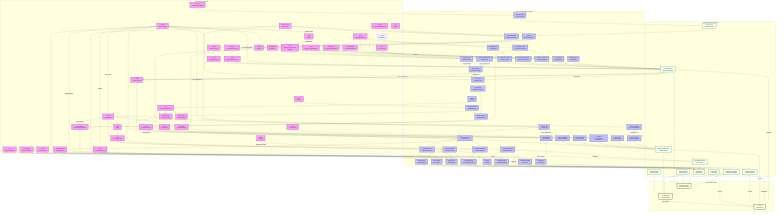
Before: docs/figures/scoliosis_mechanism_map.png, a diagram exported from Mermaid (sayuj1989-ops/life). Its source is kept beside it as docs/figures/scoliosis_mechanism_map.mmd.
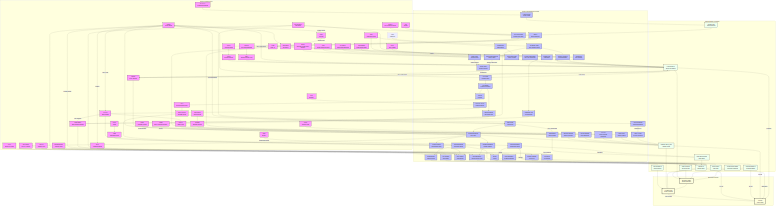
The same file after the commit.

Commit message:
weekly-map: add Vestibulo-Sympathetic Bone Axis

Change to the diagram source:
```diff
@@ -38,6 +38,7 @@
         KCNQ[KCNQ<br/>Potassium Channel]
         GPX4[GPX4<br/>Antioxidant Defense]
         CAV1[CAV1<br/>Caveolin-1]
+        ADRB2[ADRB2<br/>Beta-2 Adrenergic Receptor]
     end
 
     subgraph Processes [Cellular & Developmental Processes]
@@ -80,6 +81,7 @@
         VEGF_A[VEGF-A/PGE2<br/>Secretory Response]
         Ferroptosis[Ferroptosis<br/>Iron Overload]
         Membrane_Tension[Membrane Tension<br/>Buffering Reserve]
+        Sympathetic_Tone[Sympathetic Tone<br/>Norepinephrine]
     end
 
     subgraph Tissue [Tissue Mechanics & Properties]
@@ -178,6 +180,11 @@
     Gi_cAMP --> Gain
 
     Vestibular_Input --> Muscle_Tone
+
+
+    Vestibular_Input --> Sympathetic_Tone
+    Sympathetic_Tone --> ADRB2
+    ADRB2 -- "Inhibition" --> Osteogenesis
 
     Stability --> S_Curve
     S_Curve -- "Loss of Control" --> Scoliosis
@@ -279,7 +286,7 @@
     CAV1 --> Membrane_Tension
     Membrane_Tension --> YAP
 
-    class HOX,COL,PIEZO1,PIEZO2,CILIA,LBX1,ADGRG6,PTK7,YAP,PKD2L1,MMP,URP,UTS2R,GFAP,VIM,LAMIN,BMAL1,RUNX3,METTL3,ESR1,MELATONIN,MT2,HIF1A,POC5,DSTYK,TFEB,Beta_Catenin,DPY19L1L,IGF1R,GHR,SOST,FBN1,CCN,PPARGC1A,KCNQ,GPX4,CAV1 gene;
-    class Region,ECM_Assembly,Mech_Trans,Sym_Break,Neur_Diff,Muscle_Diff,Disc_Maint,PCP_Sig,Nucl_Shuttle,CSF_Sensing,Degradation,Astrogliosis,mtROS,Adipogenesis,Hydraulic_Congestion,Immune_Infilt,Circadian_Entrain,Proprio_Maint,H3K9me3,VCL_Stasis,Glymphatic_Stasis,Vestibular_Input,Gi_cAMP,Ciliary_Tuning,Hypoxia,Osteogenesis,Ciliary_Splint,Vacuole_Biogenesis,C_Mannosylation,Rapid_Growth,Energy_Deficit,mtBiogenesis,Fibrosis,TGFB,Osteocyte_Dendrite,Actin_Dynamics,VEGF_A,Ferroptosis,Membrane_Tension process;
+    class HOX,COL,PIEZO1,PIEZO2,CILIA,LBX1,ADGRG6,PTK7,YAP,PKD2L1,MMP,URP,UTS2R,GFAP,VIM,LAMIN,BMAL1,RUNX3,METTL3,ESR1,MELATONIN,MT2,HIF1A,POC5,DSTYK,TFEB,Beta_Catenin,DPY19L1L,IGF1R,GHR,SOST,FBN1,CCN,PPARGC1A,KCNQ,GPX4,CAV1,ADRB2 gene;
+    class Region,ECM_Assembly,Mech_Trans,Sym_Break,Neur_Diff,Muscle_Diff,Disc_Maint,PCP_Sig,Nucl_Shuttle,CSF_Sensing,Degradation,Astrogliosis,mtROS,Adipogenesis,Hydraulic_Congestion,Immune_Infilt,Circadian_Entrain,Proprio_Maint,H3K9me3,VCL_Stasis,Glymphatic_Stasis,Vestibular_Input,Gi_cAMP,Ciliary_Tuning,Hypoxia,Osteogenesis,Ciliary_Splint,Vacuole_Biogenesis,C_Mannosylation,Rapid_Growth,Energy_Deficit,mtBiogenesis,Fibrosis,TGFB,Osteocyte_Dendrite,Actin_Dynamics,VEGF_A,Ferroptosis,Membrane_Tension,Sympathetic_Tone process;
     class Rest_Kappa,Stiffness,Torsional_Stiffness,Gain,Torsion,Muscle_Tone,Anisotropy,TMD,Reissner_Fiber,Growth_Plate_Dysplasia tissue;
     class S_Curve,Stability,Scoliosis outcome;
```
